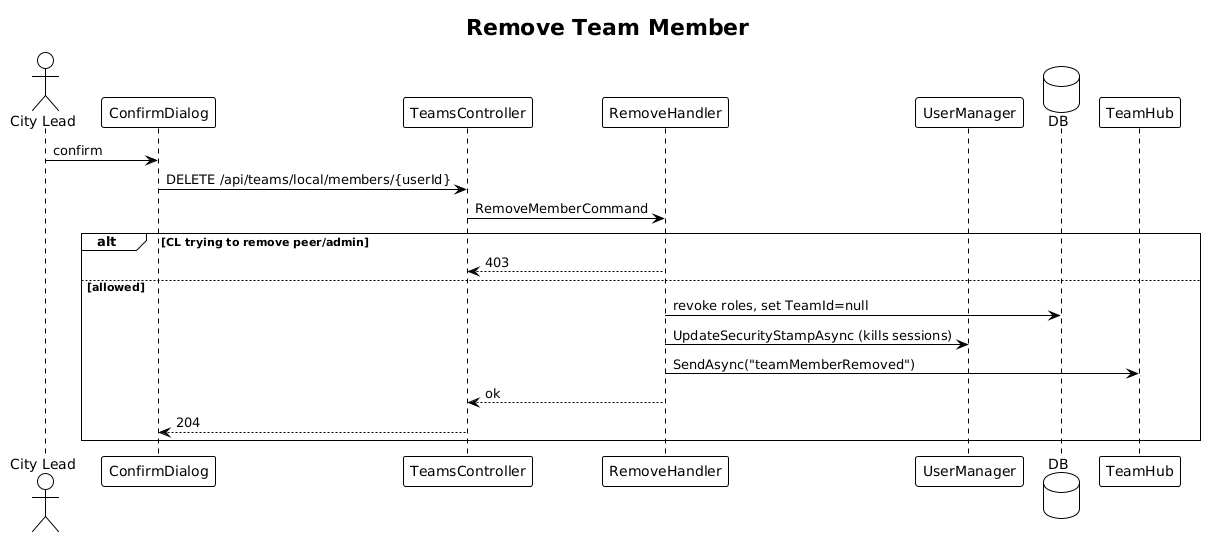
Above: docs/detailed-designs/27-remove-team-member/diagrams/sequence_remove.png in QuinntyneBrown/TheUpperRoom (PlantUML), before the change.
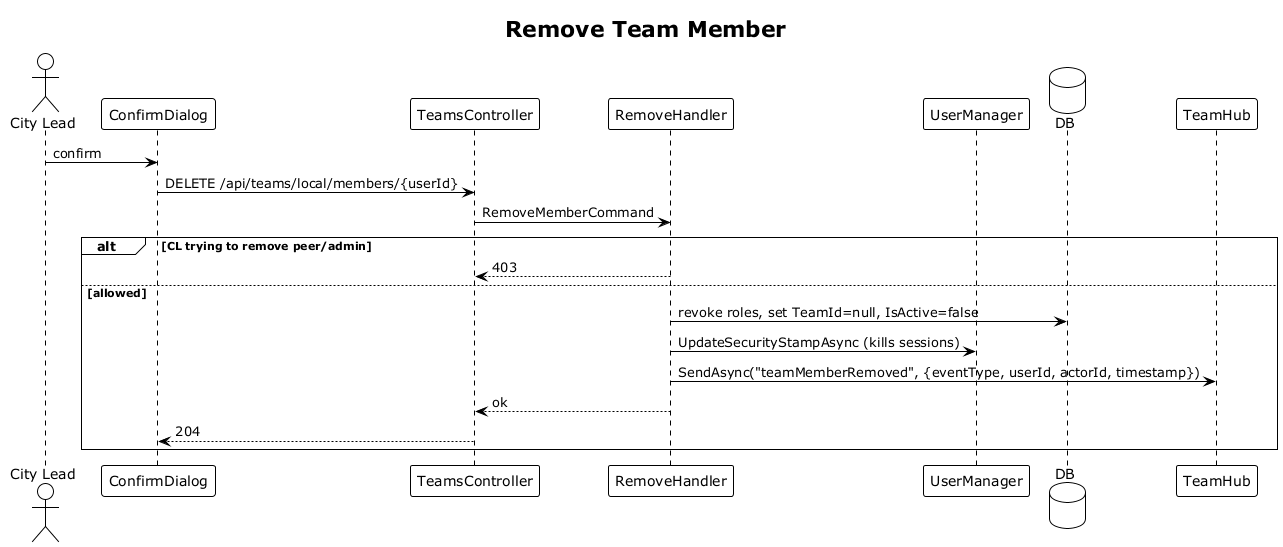
The same file after the commit.

The edit, as a diff of the source:
```diff
@@ -1,4 +1,4 @@
-@startuml
+@startuml sequence_remove
 !theme plain
 title Remove Team Member
 
@@ -16,9 +16,9 @@
 alt CL trying to remove peer/admin
   H --> C: 403
 else allowed
-  H -> DB: revoke roles, set TeamId=null
+  H -> DB: revoke roles, set TeamId=null, IsActive=false
   H -> UM: UpdateSecurityStampAsync (kills sessions)
-  H -> Hub: SendAsync("teamMemberRemoved")
+  H -> Hub: SendAsync("teamMemberRemoved", {eventType, userId, actorId, timestamp})
   H --> C: ok
   C --> D: 204
 end
```
